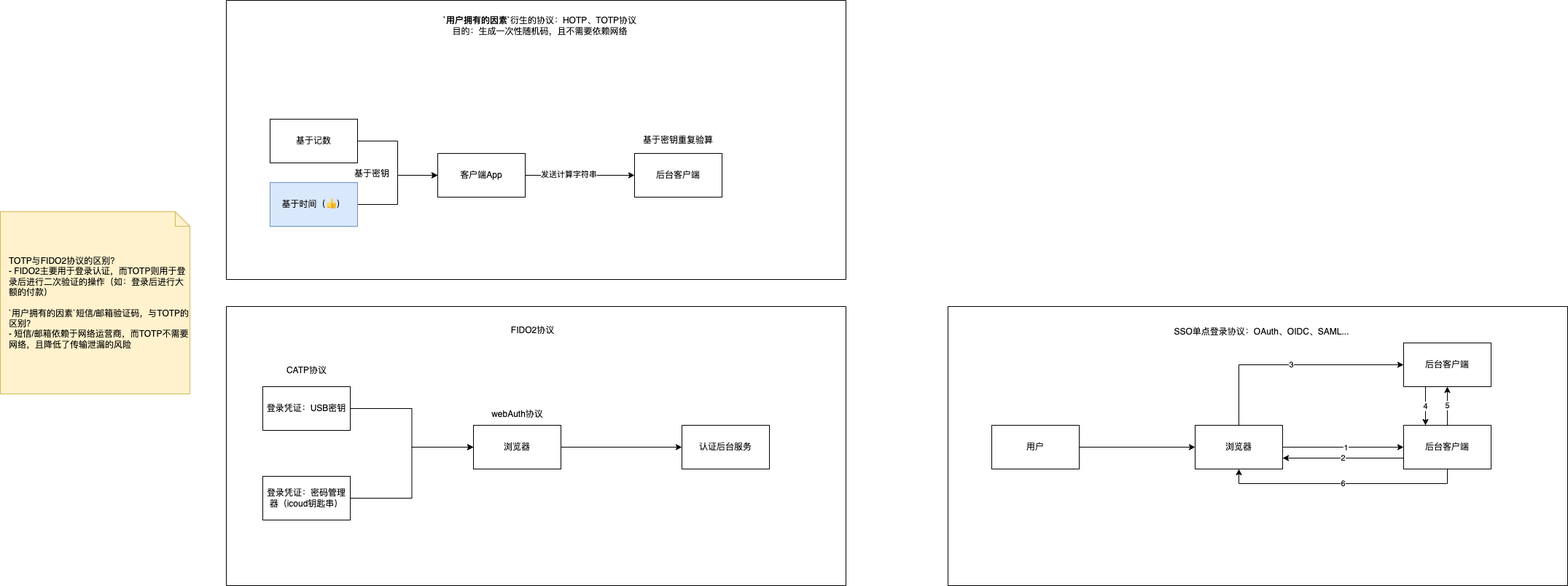
Earlier version of the draw.io export IAM:协议总览.drawio.png (JYbill/draw). Source tidied: cells renumbered, new cells last; positions are measured from the earlier drawing's top-left corner, leaving out a move shared by most shapes.
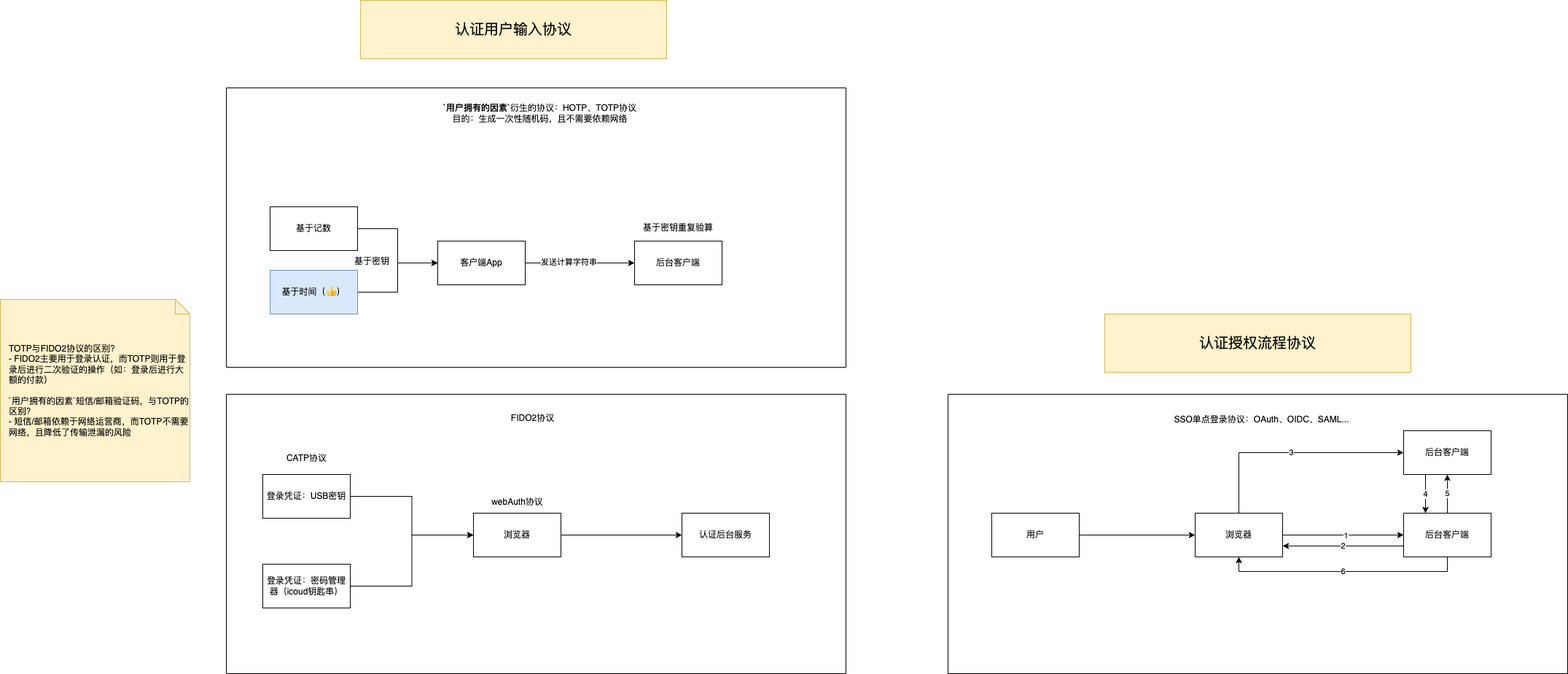
The same file after the commit.

Commit message:
更新IAM:协议总览.drawio.png

What changed in the source:
```diff
@@ -116,5 +116,11 @@
     <mxCell id="39" value="TOTP与FIDO2协议的区别？&lt;br&gt;- FIDO2主要用于登录认证，而TOTP则用于登录后进行二次验证的操作（如：登录后进行大额的付款）&lt;br&gt;&lt;br&gt;`用户拥有的因素`短信/邮箱验证码，与TOTP的区别？&lt;br&gt;- 短信/邮箱依赖于网络运营商，而TOTP不需要网络，且降低了传输泄漏的风险" style="shape=note;size=20;whiteSpace=wrap;html=1;fillColor=#fff2cc;strokeColor=#d6b656;align=left;spacingLeft=10;" parent="1" vertex="1">
       <mxGeometry y="290" width="260" height="250" as="geometry" />
     </mxCell>
+    <mxCell id="40" value="认证用户输入协议" style="text;html=1;align=center;verticalAlign=middle;whiteSpace=wrap;rounded=0;fillColor=#fff2cc;strokeColor=#d6b656;fontSize=20;" parent="1" vertex="1">
+      <mxGeometry x="494" y="-120" width="420" height="80" as="geometry" />
+    </mxCell>
+    <mxCell id="41" value="认证授权流程协议" style="text;html=1;align=center;verticalAlign=middle;whiteSpace=wrap;rounded=0;fillColor=#fff2cc;strokeColor=#d6b656;fontSize=20;" parent="1" vertex="1">
+      <mxGeometry x="1515" y="310" width="420" height="80" as="geometry" />
+    </mxCell>
   </root>
 </mxGraphModel>
```
